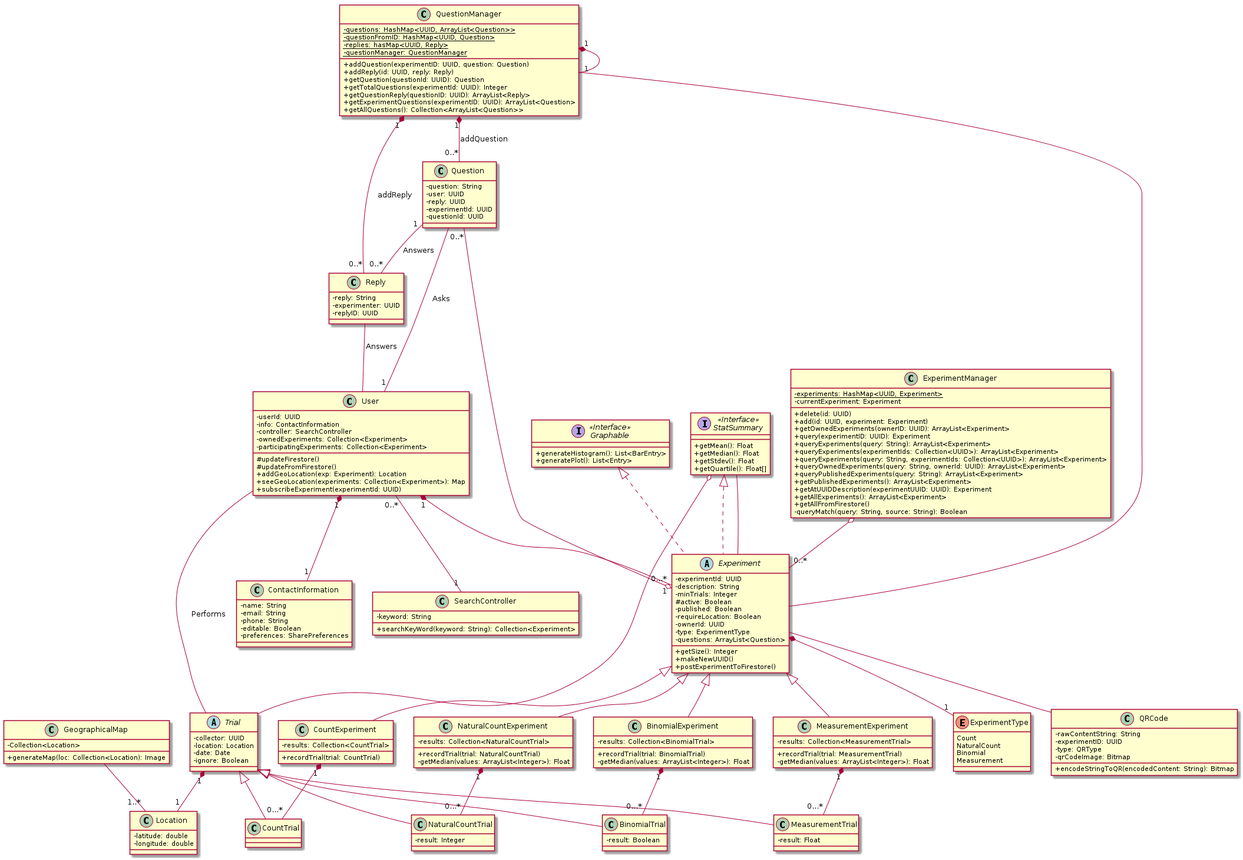
CMPUT301W21T03/Experiment-Automata keeps this PlantUML diagram as doc/uml/UML.png. Above is the earlier version.
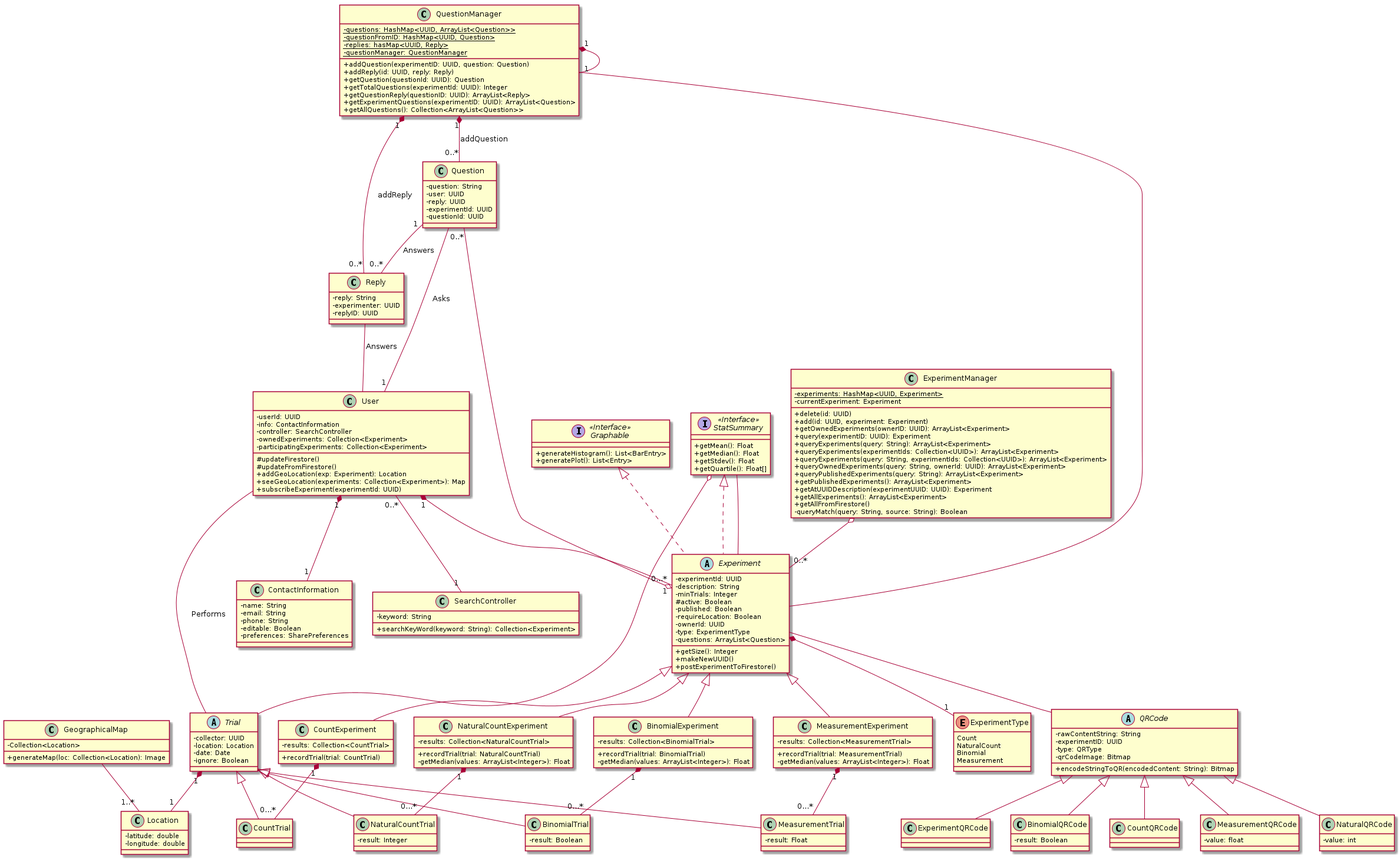
The same file after the commit.

Change to the diagram source:
```diff
@@ -158,15 +158,29 @@
     -result: Float
 }
 
-class QRCode {
+abstract class QRCode {
 	- rawContentString: String
 	- experimentID: UUID
 	- type: QRType
 	- qrCodeImage: Bitmap
-
 	+ encodeStringToQR(encodedContent: String): Bitmap
 }
 
+class ExperimentQRCode extends QRCode {}
+
+class BinomialQRCode extends QRCode{
+    - result: Boolean
+}
+
+class CountQRCode extends QRCode{}
+
+class MeasurementQRCode extends QRCode{
+    -value: float
+}
+
+class NaturalQRCode extends QRCode{
+    -value: int
+}
 
 class Location {
   -latitude: double
```
